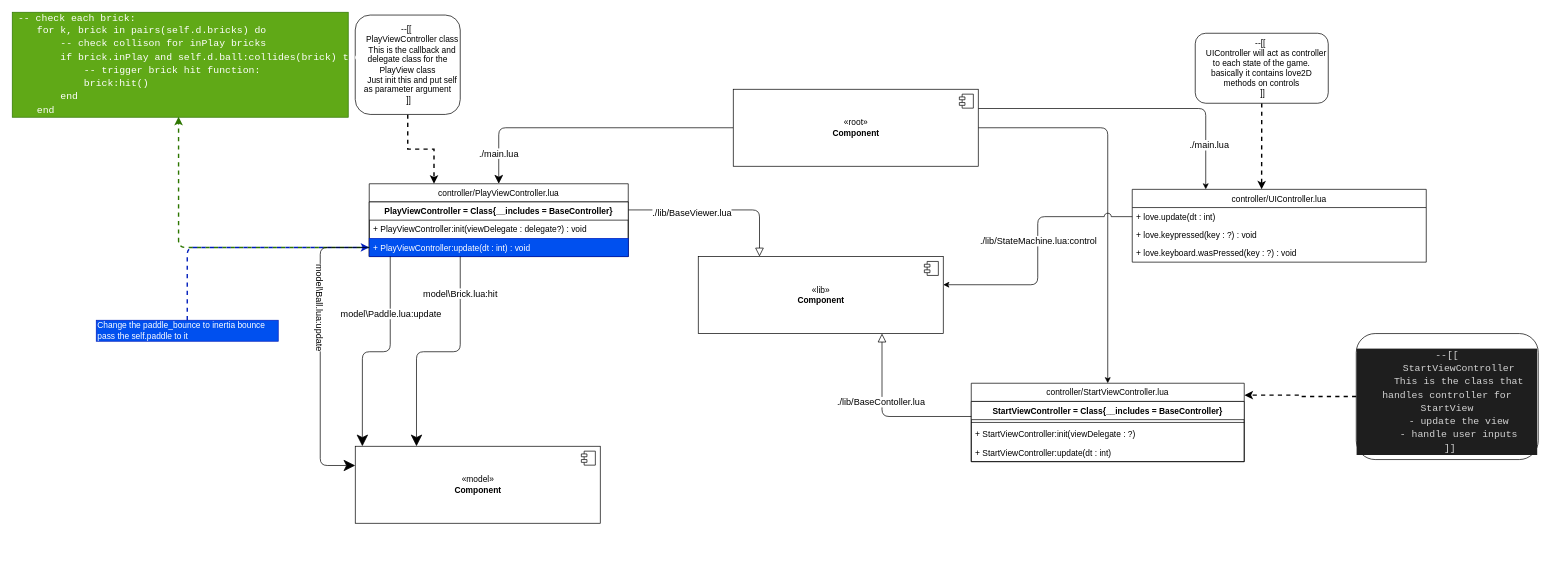
The draw.io diagram page "controller" (5 of 7) of diagram.drawio in m00racle/breakout-love2d, before the edit. Source tidied: cells renumbered, new cells numbered last; positions are measured from the earlier drawing's top-left corner, leaving out a move shared by most shapes. Both pictures are drawn from the tidied source at 70%, with x=0, y=0 at pixel (12, 12).
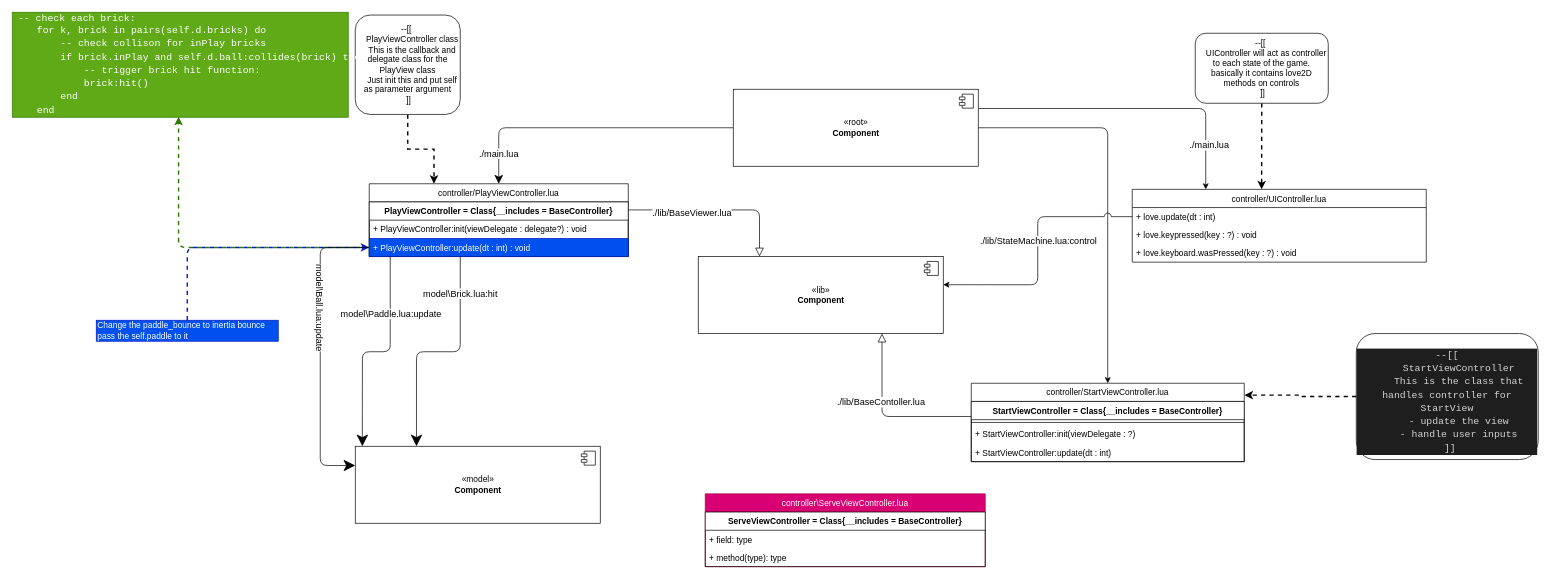
The same page after the edit.

Commit message (it also covers changes not shown here):
ServeViewController diagram

I already put the class in the diagram but then I realize something.
Each View (palyView and StartView) all init refer to BaseController
which is the parent class of each those view controllers.

This is wrong! I need to fix this!

TODO: put issue about this make each view directly pointed to each
controller and only the controller should point to the superclass

The edit, as a diff of the source:
```diff
@@
+    <mxCell id="48" value="controller\ServeViewController.lua" style="swimlane;fontStyle=0;horizontal=1;startSize=26;fillColor=#d80073;fontSize=12;strokeColor=#A50040;fontColor=#ffffff;" parent="1" vertex="1">
+      <mxGeometry x="990" y="688" width="400" height="104" as="geometry" />
+    </mxCell>
+    <mxCell id="49" value="ServeViewController = Class{__includes = BaseController}" style="swimlane;fontStyle=1;align=center;verticalAlign=top;horizontal=1;startSize=26;fontSize=12;strokeColor=default;" parent="48" vertex="1">
+      <mxGeometry y="26" width="400" height="78" as="geometry" />
+    </mxCell>
+    <mxCell id="50" value="+ field: type" style="text;strokeColor=none;fillColor=none;align=left;verticalAlign=top;spacingLeft=4;spacingRight=4;overflow=hidden;fontSize=12;" parent="49" vertex="1">
+      <mxGeometry y="26" width="400" height="26" as="geometry" />
+    </mxCell>
+    <mxCell id="51" value="+ method(type): type" style="text;strokeColor=none;fillColor=none;align=left;verticalAlign=top;spacingLeft=4;spacingRight=4;overflow=hidden;fontSize=12;" parent="49" vertex="1">
+      <mxGeometry y="52" width="400" height="26" as="geometry" />
+    </mxCell>
```
